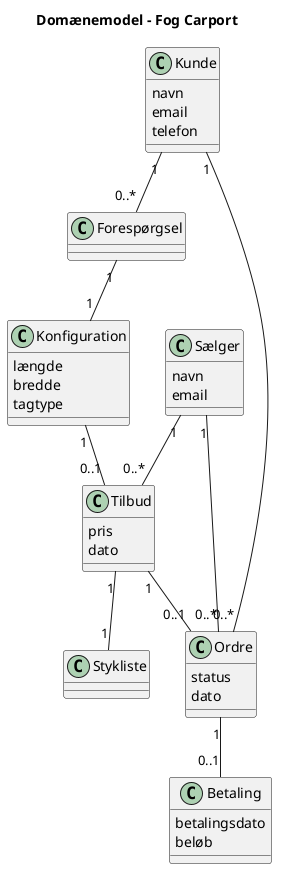
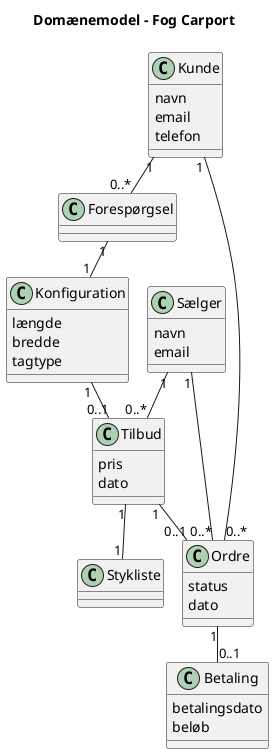
@startuml
+ !pragma layout smetana
title Domænemodel - Fog Carport

class Kunde {
    navn
    email
    telefon
}

class Sælger {
    navn
    email
}

class Forespørgsel

class Konfiguration {
    længde
    bredde
    tagtype
}

class Tilbud {
    pris
    dato
}

class Ordre {
    status
    dato
}

class Stykliste

class Betaling {
    betalingsdato
    beløb
}

Kunde "1" -- "0..*" Forespørgsel
Forespørgsel "1" -- "1" Konfiguration

Sælger "1" -- "0..*" Tilbud
Konfiguration "1" -- "0..1" Tilbud

Tilbud "1" -- "1" Stykliste
Tilbud "1" -- "0..1" Ordre

Ordre "1" -- "0..1" Betaling
Sælger "1" -- "0..*" Ordre
Kunde "1" -- "0..*" Ordre

@enduml